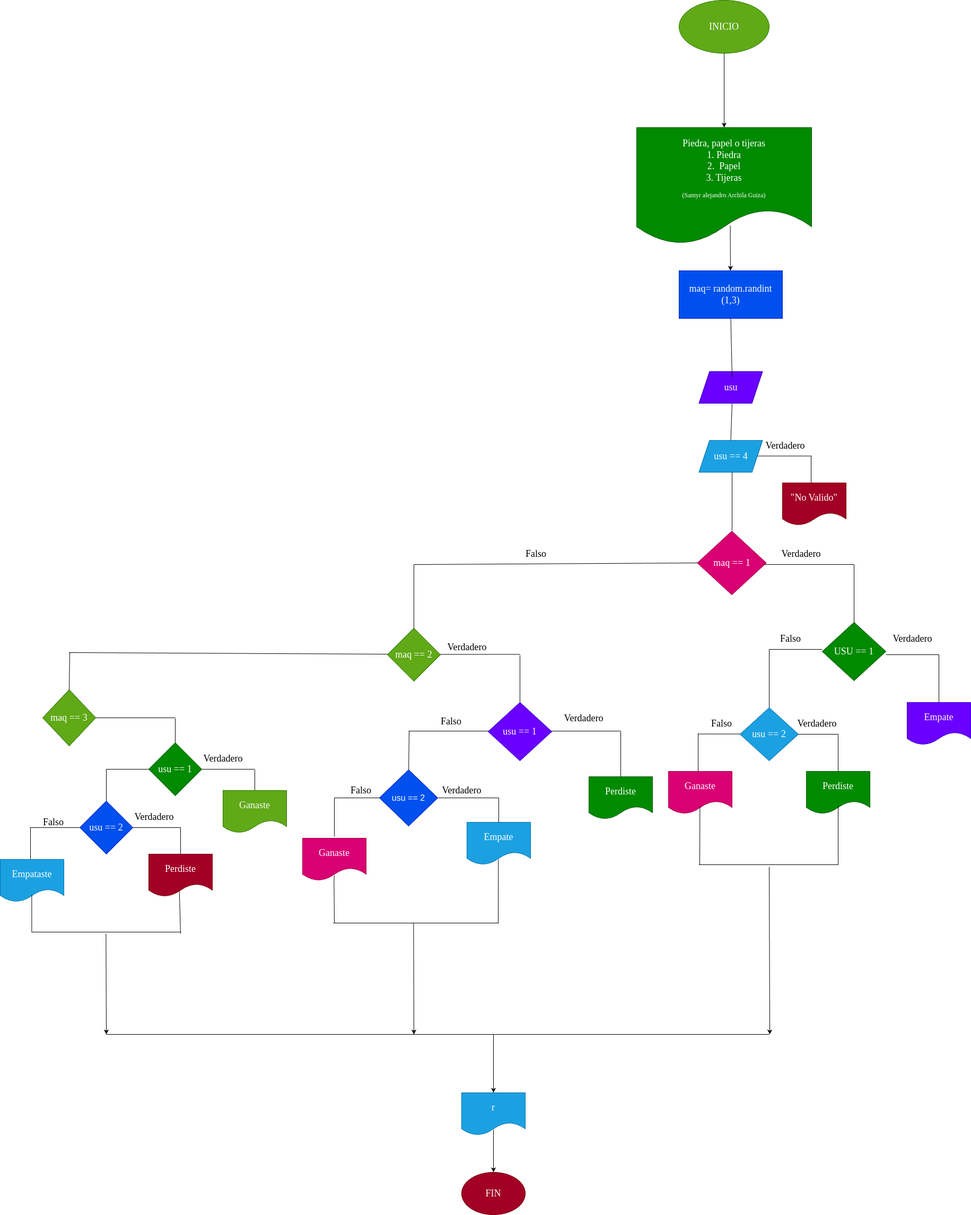
Earlier version of the draw.io export diagrama.png (SamyrArchila/piedra_papel_tijeras). Source tidied: cells renumbered, new cells last; positions are measured from the earlier drawing's top-left corner, leaving out a move shared by most shapes.
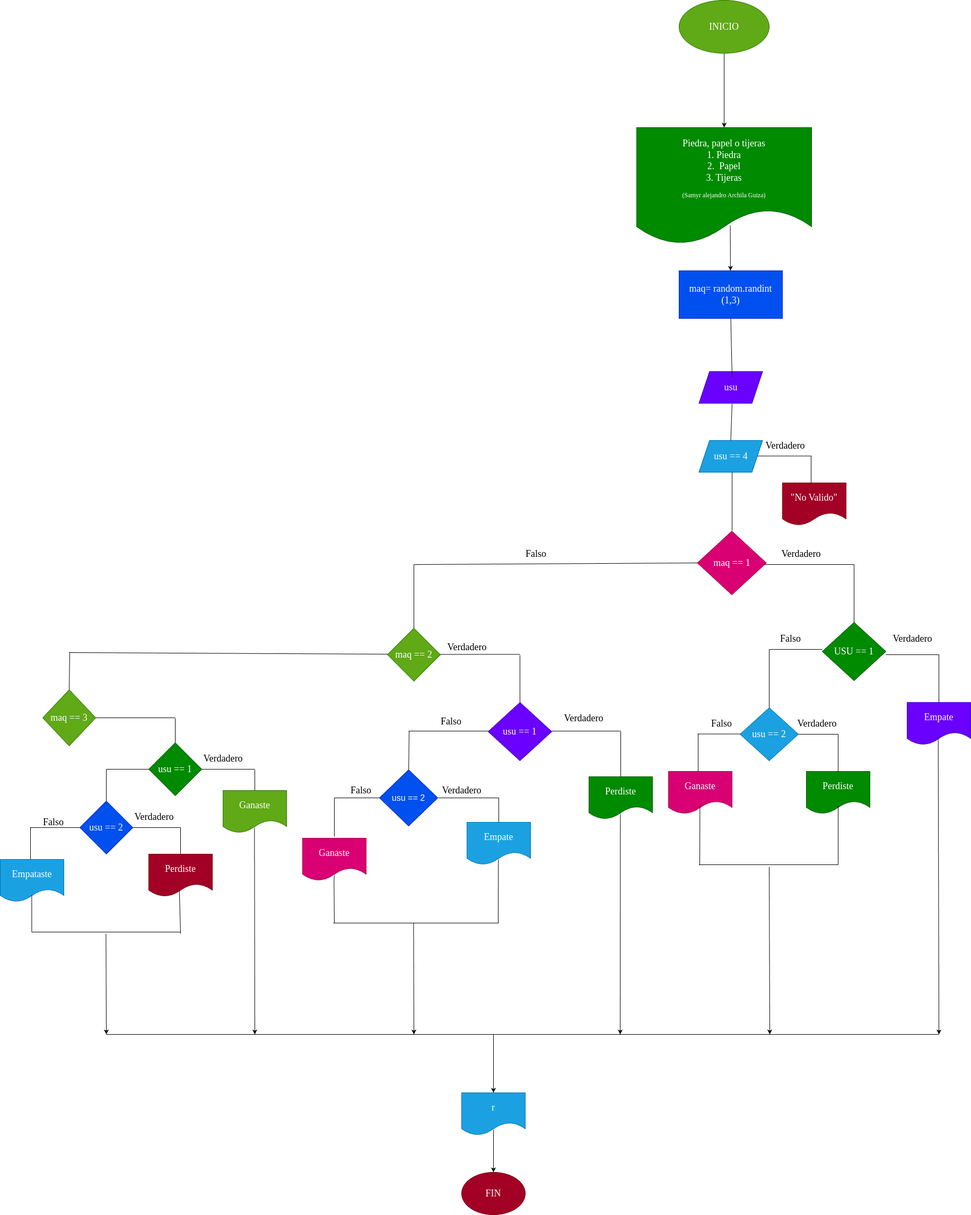
Above is the later version.

Change to the diagram source:
```diff
@@ -449,7 +449,7 @@
     <mxCell id="96" style="endArrow=none;html=1;fontFamily=Verdana;fontSize=18;" parent="1" edge="1">
       <mxGeometry relative="1" as="geometry">
         <mxPoint x="200" y="1950" as="sourcePoint" />
-        <mxPoint x="1450" y="1950" as="targetPoint" />
+        <mxPoint x="1770" y="1950" as="targetPoint" />
       </mxGeometry>
     </mxCell>
     <mxCell id="97" style="endArrow=classic;html=1;fontFamily=Verdana;fontSize=18;" parent="1" edge="1" target="98">
@@ -469,5 +469,23 @@
     <mxCell id="100" value="FIN" style="ellipse;whiteSpace=wrap;html=1;fontFamily=Verdana;fontSize=18;fillColor=#a20025;fontColor=#ffffff;strokeColor=#6F0000;" parent="1" vertex="1">
       <mxGeometry x="870" y="2210" width="120" height="80" as="geometry" />
     </mxCell>
+    <mxCell id="101" style="endArrow=classic;html=1;fontFamily=Verdana;fontSize=18;" parent="1" edge="1">
+      <mxGeometry relative="1" as="geometry">
+        <mxPoint x="479.3" y="1560" as="sourcePoint" />
+        <mxPoint x="480" y="1950" as="targetPoint" />
+      </mxGeometry>
+    </mxCell>
+    <mxCell id="102" style="endArrow=classic;html=1;fontFamily=Verdana;fontSize=18;" parent="1" edge="1">
+      <mxGeometry relative="1" as="geometry">
+        <mxPoint x="1169.3" y="1534" as="sourcePoint" />
+        <mxPoint x="1169" y="1950" as="targetPoint" />
+      </mxGeometry>
+    </mxCell>
+    <mxCell id="103" style="endArrow=classic;html=1;fontFamily=Verdana;fontSize=18;" parent="1" edge="1">
+      <mxGeometry relative="1" as="geometry">
+        <mxPoint x="1768.7" y="1390" as="sourcePoint" />
+        <mxPoint x="1770" y="1950" as="targetPoint" />
+      </mxGeometry>
+    </mxCell>
   </root>
 </mxGraphModel>
```
